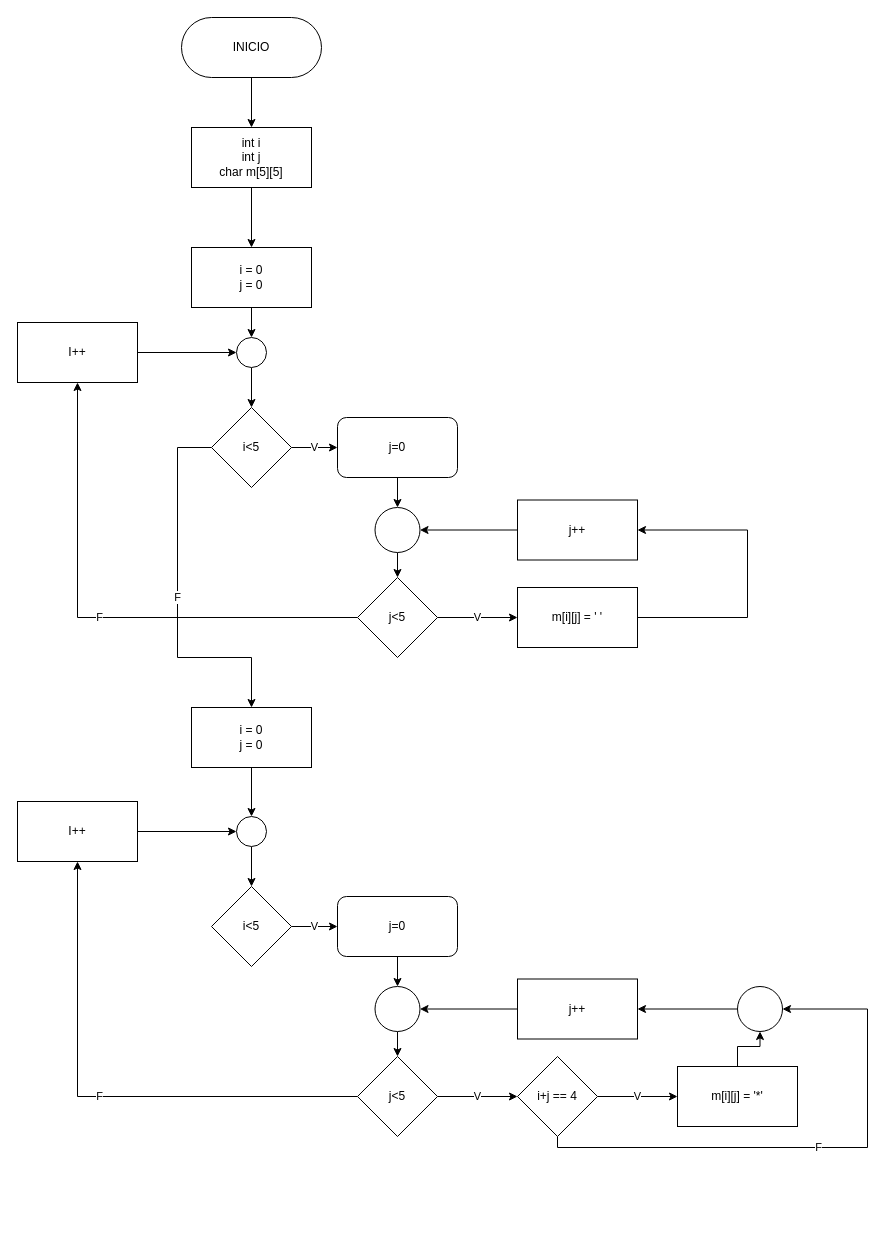
The draw.io diagram Trabajo Práctico Número 1 - Algoritmos y DF/Diagramas/Ejercicio 03.drawio in Fran2109/Algoritmos_y_Estructuras_de_Datos, before the edit. Source tidied: cells renumbered, new cells numbered last; positions are measured from the earlier drawing's top-left corner, leaving out a move shared by most shapes. Both pictures are drawn from the tidied source at 100%, with x=0, y=0 at pixel (17, 17).
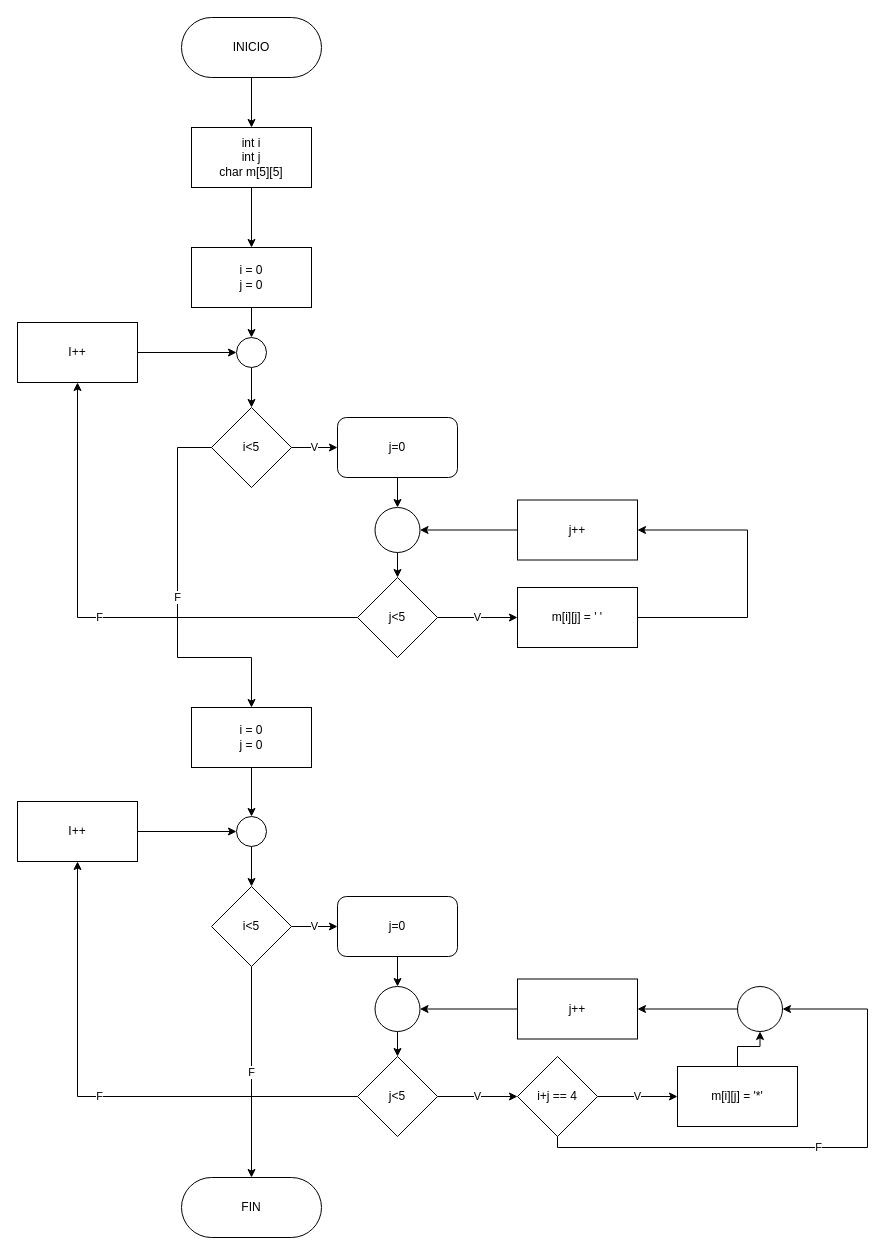
The same diagram, later.

Unchanged cells that the change refers to:
```xml
<mxCell id="31" value="i&amp;lt;5" style="rhombus;whiteSpace=wrap;html=1;rounded=0;" parent="1" vertex="1">
  <mxGeometry x="194" y="869" width="80" height="80" as="geometry" />
</mxCell>
```

What changed in the source:
```diff
@@
+    <mxCell id="50" value="F" style="edgeStyle=orthogonalEdgeStyle;rounded=0;jettySize=auto;html=1;entryX=0.5;entryY=0;entryDx=0;entryDy=0;" parent="1" edge="1" source="31" target="51">
+      <mxGeometry relative="1" as="geometry" />
+    </mxCell>
@@
+    <mxCell id="51" value="FIN" style="rounded=1;whiteSpace=wrap;html=1;arcSize=50;" parent="1" vertex="1">
+      <mxGeometry x="164" y="1160" width="140" height="60" as="geometry" />
+    </mxCell>
```
